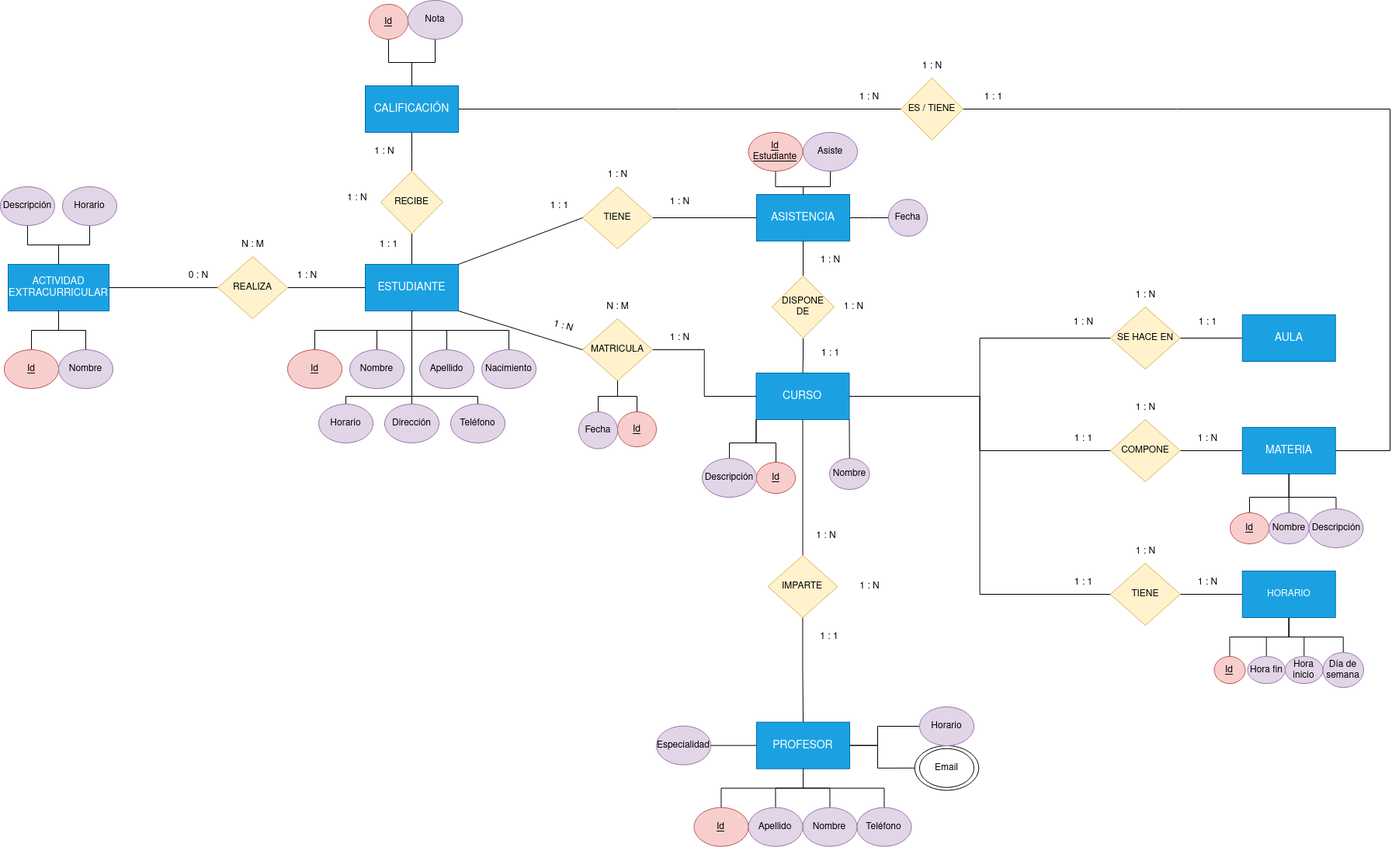
Above: Unidad-2/Tareas-entregables/Entregable-1/images/Diagrama-entregable-1.png in IsaiasTolP/Base-Datos (draw.io), before the change. Source tidied: cells renumbered, new cells last; positions are measured from the earlier drawing's top-left corner, leaving out a move shared by most shapes.
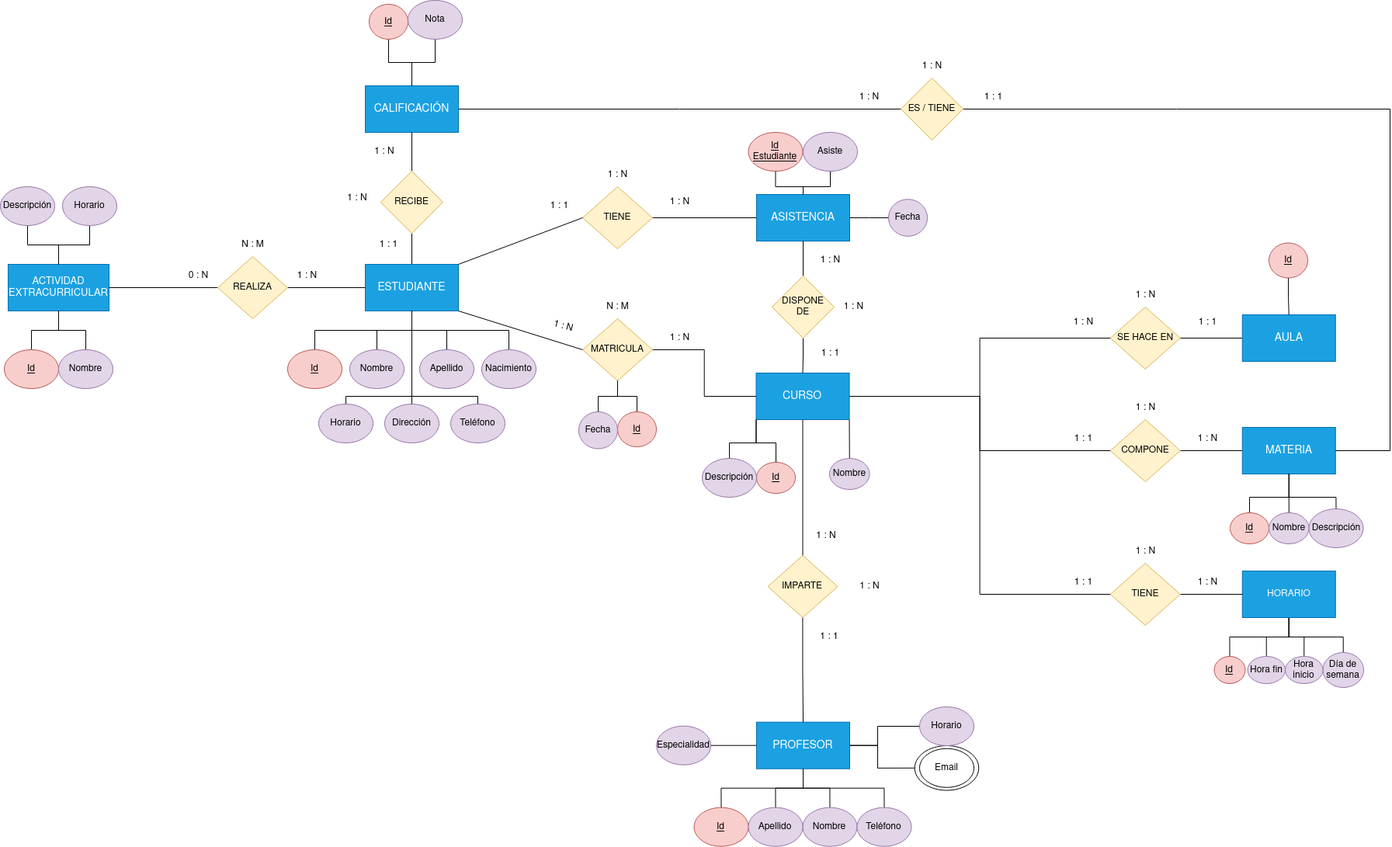
Above is the later version.

Change to the diagram source:
```diff
@@ -484,5 +484,11 @@
     <mxCell id="142" value="Horario" style="ellipse;whiteSpace=wrap;html=1;fillColor=#e1d5e7;strokeColor=#9673a6;" parent="1" vertex="1">
       <mxGeometry x="80" y="240" width="70" height="50" as="geometry" />
     </mxCell>
+    <mxCell id="143" style="edgeStyle=orthogonalEdgeStyle;rounded=0;jettySize=auto;html=1;endArrow=none;endFill=0;" parent="1" edge="1" source="144" target="12">
+      <mxGeometry relative="1" as="geometry" />
+    </mxCell>
+    <mxCell id="144" value="Id" style="ellipse;whiteSpace=wrap;html=1;fillColor=#f8cecc;strokeColor=#b85450;fontStyle=4;" parent="1" vertex="1">
+      <mxGeometry x="1634" y="312.5" width="50" height="45" as="geometry" />
+    </mxCell>
   </root>
 </mxGraphModel>
```
